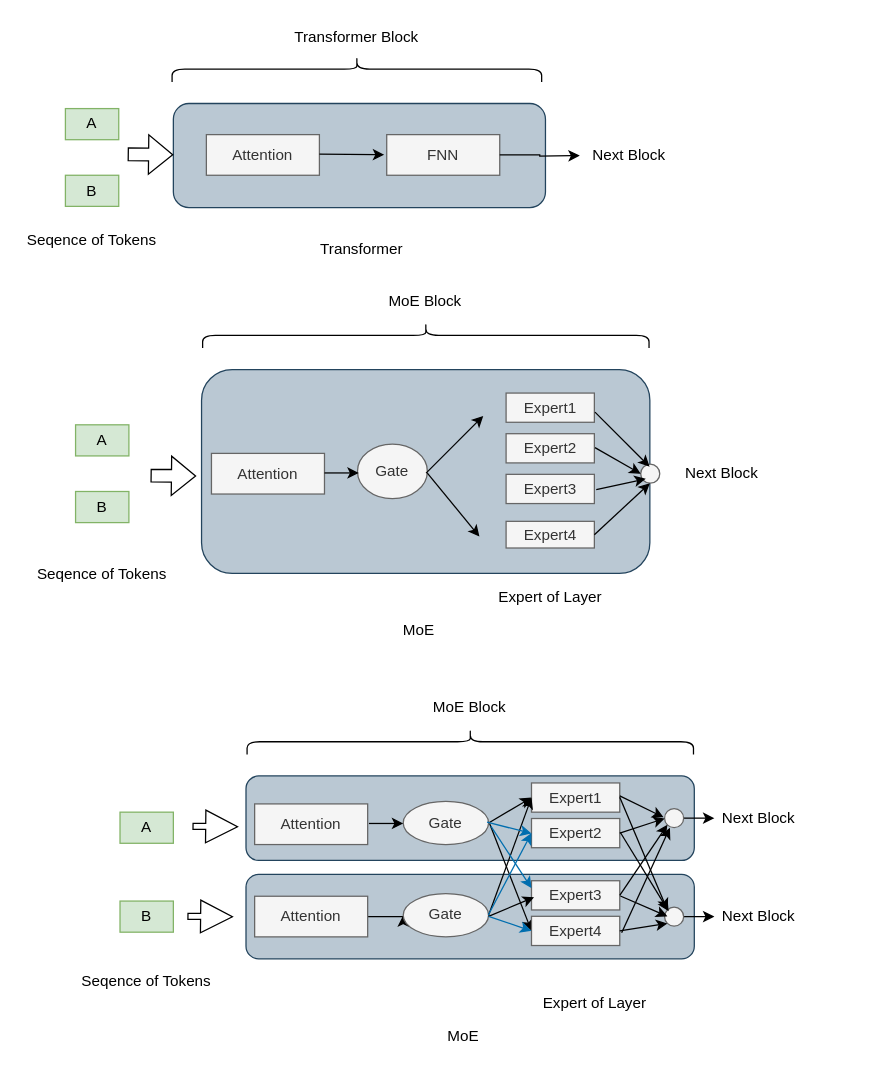
This is EdgeMoE.drawio from HanYang1385/Master-Thesis, a draw.io file, before an edit. Source tidied: cells renumbered, new cells numbered last; positions are measured from the earlier drawing's top-left corner, leaving out a move shared by most shapes. Both pictures are drawn from the tidied source at 127%, with x=0, y=0 at pixel (22, -116).
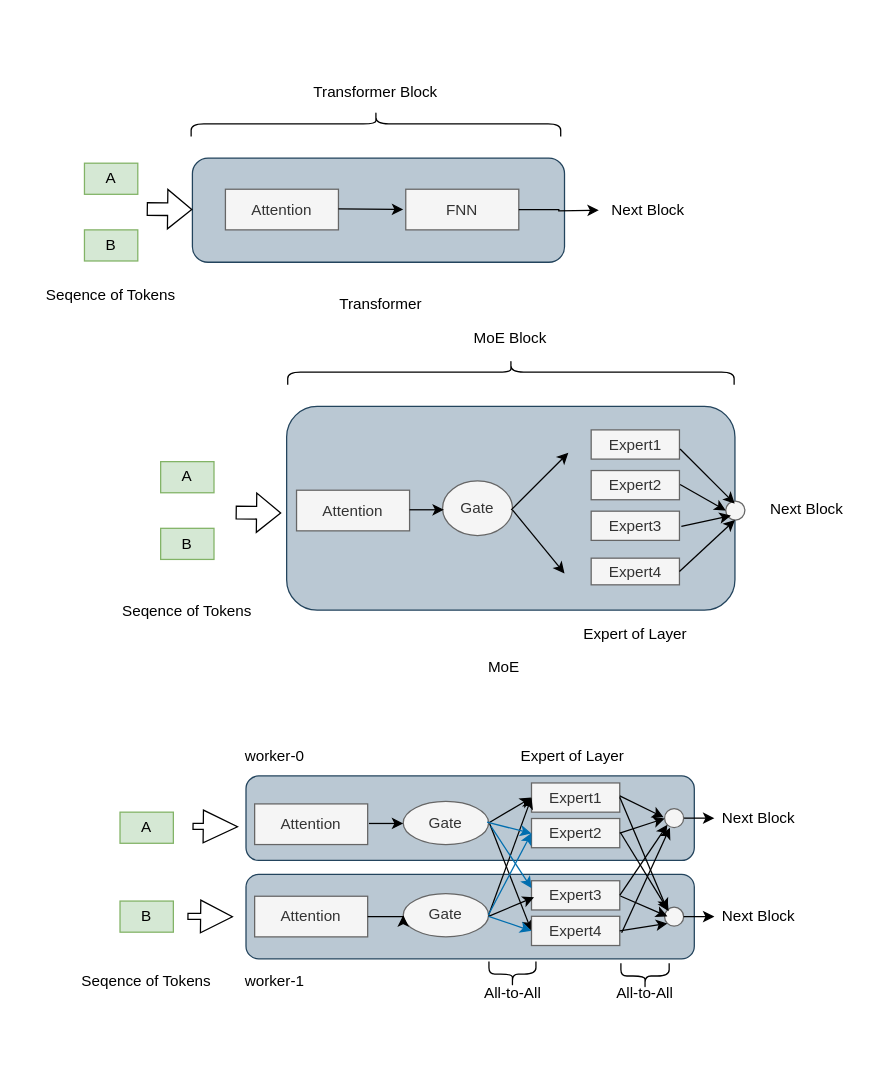
The same page after the edit.

Unchanged cells that the change refers to:
```xml
<mxCell id="65" value="Attention" style="rounded=0;whiteSpace=wrap;html=1;fillColor=#f5f5f5;strokeColor=#666666;fontColor=#333333;" parent="1" vertex="1">
  <mxGeometry x="183" y="796.2" width="89" height="32" as="geometry" />
</mxCell>
<mxCell id="66" value="Gate" style="ellipse;whiteSpace=wrap;html=1;fillColor=#f5f5f5;fontColor=#333333;strokeColor=#666666;" parent="1" vertex="1">
  <mxGeometry x="300" y="794.2" width="67.2" height="34" as="geometry" />
</mxCell>
<mxCell id="74" style="ellipse;whiteSpace=wrap;html=1;fillColor=#f5f5f5;fontColor=#333333;strokeColor=#666666;" parent="1" vertex="1">
  <mxGeometry x="505.8" y="804.8" width="15" height="15" as="geometry" />
</mxCell>
<mxCell id="75" value="Next Block" style="text;html=1;strokeColor=none;fillColor=none;align=center;verticalAlign=middle;whiteSpace=wrap;rounded=0;" parent="1" vertex="1">
  <mxGeometry x="545" y="801" width="70" height="22.5" as="geometry" />
</mxCell>
```

What changed in the source:
```diff
@@
-    <mxCell id="2" style="rounded=1;whiteSpace=wrap;html=1;fillColor=#bac8d3;strokeColor=#23445d;" parent="1" vertex="1">
-      <mxGeometry x="176.2" y="779" width="353" height="66.5" as="geometry" />
-    </mxCell>
     <mxCell id="3" style="group;" parent="1" vertex="1">
-      <mxGeometry x="8" y="316" width="578" height="286" as="geometry" />
+      <mxGeometry x="75" y="345" width="578" height="286" as="geometry" />
     </mxCell>
@@
     <mxCell id="28" style="group;" parent="1" vertex="1">
-      <mxGeometry y="108" width="513" height="194" as="geometry" />
+      <mxGeometry x="15" y="151" width="513" height="194" as="geometry" />
     </mxCell>
@@
+    <mxCell id="2" style="rounded=1;whiteSpace=wrap;html=1;fillColor=#bac8d3;strokeColor=#23445d;" parent="1" vertex="1">
+      <mxGeometry x="176.2" y="779" width="353" height="66.5" as="geometry" />
+    </mxCell>
@@
-    <mxCell id="45" style="shape=flexArrow;endArrow=classic;html=1;rounded=0;width=4.705882352941177;endSize=8.011764705882353;" parent="1" edge="1">
-      <mxGeometry relative="1" as="geometry">
-        <mxPoint x="134" y="741.1" as="sourcePoint" />
-        <mxPoint x="170" y="741.5" as="targetPoint" />
-      </mxGeometry>
-    </mxCell>
@@
-    <mxCell id="48" style="shape=curlyBracket;whiteSpace=wrap;html=1;rounded=1;labelPosition=left;verticalLabelPosition=middle;align=right;verticalAlign=middle;rotation=90;" parent="1" vertex="1">
-      <mxGeometry x="342.8" y="498.8" width="20" height="351.5" as="geometry" />
-    </mxCell>
-    <mxCell id="49" value="MoE Block" style="text;html=1;strokeColor=none;fillColor=none;align=center;verticalAlign=middle;whiteSpace=wrap;rounded=0;" parent="1" vertex="1">
-      <mxGeometry x="296.2" y="636" width="113" height="24" as="geometry" />
-    </mxCell>
@@
     <mxCell id="59" value="Expert of Layer" style="text;html=1;strokeColor=none;fillColor=none;align=center;verticalAlign=middle;whiteSpace=wrap;rounded=0;" parent="1" vertex="1">
-      <mxGeometry x="395.8" y="866" width="110" height="30" as="geometry" />
+      <mxGeometry x="385" y="679" width="97" height="14" as="geometry" />
     </mxCell>
-    <mxCell id="60" value="MoE" style="text;html=1;strokeColor=none;fillColor=none;align=center;verticalAlign=middle;whiteSpace=wrap;rounded=0;" parent="1" vertex="1">
-      <mxGeometry x="304" y="892" width="87" height="30" as="geometry" />
-    </mxCell>
@@
-    <mxCell id="64" style="edgeStyle=orthogonalEdgeStyle;rounded=0;jettySize=auto;html=1;exitX=1;exitY=0.5;exitDx=0;exitDy=0;entryX=0;entryY=0.5;entryDx=0;entryDy=0;" parent="1" edge="1" source="65" target="66">
-      <mxGeometry relative="1" as="geometry" />
-    </mxCell>
@@
-    <mxCell id="73" style="edgeStyle=orthogonalEdgeStyle;rounded=0;jettySize=auto;html=1;exitX=1;exitY=0.5;exitDx=0;exitDy=0;entryX=0;entryY=0.5;entryDx=0;entryDy=0;" parent="1" edge="1" source="74" target="75">
-      <mxGeometry relative="1" as="geometry" />
-    </mxCell>
@@
+    <mxCell id="64" style="edgeStyle=orthogonalEdgeStyle;rounded=0;jettySize=auto;html=1;exitX=1;exitY=0.5;exitDx=0;exitDy=0;entryX=0;entryY=0.5;entryDx=0;entryDy=0;" parent="1" edge="1" source="65" target="66">
+      <mxGeometry relative="1" as="geometry" />
+    </mxCell>
@@
+    <mxCell id="73" style="edgeStyle=orthogonalEdgeStyle;rounded=0;jettySize=auto;html=1;exitX=1;exitY=0.5;exitDx=0;exitDy=0;entryX=0;entryY=0.5;entryDx=0;entryDy=0;" parent="1" edge="1" source="74" target="75">
+      <mxGeometry relative="1" as="geometry" />
+    </mxCell>
@@
+    <mxCell id="84" style="shape=flexArrow;endArrow=classic;html=1;rounded=0;width=4.705882352941177;endSize=8.647058823529411;" parent="1" edge="1">
+      <mxGeometry relative="1" as="geometry">
+        <mxPoint x="134" y="741.1" as="sourcePoint" />
+        <mxPoint x="170" y="741.5" as="targetPoint" />
+      </mxGeometry>
+    </mxCell>
+    <mxCell id="85" value="worker-0" style="text;html=1;strokeColor=none;fillColor=none;align=center;verticalAlign=middle;whiteSpace=wrap;rounded=0;" parent="1" vertex="1">
+      <mxGeometry x="171" y="678" width="56" height="16" as="geometry" />
+    </mxCell>
+    <mxCell id="86" value="worker-1" style="text;html=1;strokeColor=none;fillColor=none;align=center;verticalAlign=middle;whiteSpace=wrap;rounded=0;" parent="1" vertex="1">
+      <mxGeometry x="171" y="855" width="56" height="16" as="geometry" />
+    </mxCell>
+    <mxCell id="87" style="group;" parent="1" vertex="1">
+      <mxGeometry x="460.2" y="849" width="60.5" height="29" as="geometry" />
+    </mxCell>
+    <mxCell id="88" value="All-to-All" style="text;html=1;strokeColor=none;fillColor=none;align=center;verticalAlign=middle;whiteSpace=wrap;rounded=0;" parent="87" vertex="1">
+      <mxGeometry y="18" width="60.5" height="11" as="geometry" />
+    </mxCell>
+    <mxCell id="89" style="shape=curlyBracket;whiteSpace=wrap;html=1;rounded=1;flipH=1;labelPosition=right;verticalLabelPosition=middle;align=left;verticalAlign=middle;rotation=90;" parent="87" vertex="1">
+      <mxGeometry x="20.2" y="-9" width="20" height="38" as="geometry" />
+    </mxCell>
+    <mxCell id="90" value="All-to-All" style="text;html=1;strokeColor=none;fillColor=none;align=center;verticalAlign=middle;whiteSpace=wrap;rounded=0;" parent="1" vertex="1">
+      <mxGeometry x="355.8" y="867" width="60.5" height="11" as="geometry" />
+    </mxCell>
+    <mxCell id="91" style="shape=curlyBracket;whiteSpace=wrap;html=1;rounded=1;flipH=1;labelPosition=right;verticalLabelPosition=middle;align=left;verticalAlign=middle;rotation=90;" parent="1" vertex="1">
+      <mxGeometry x="376" y="839" width="20" height="37" as="geometry" />
+    </mxCell>
```
